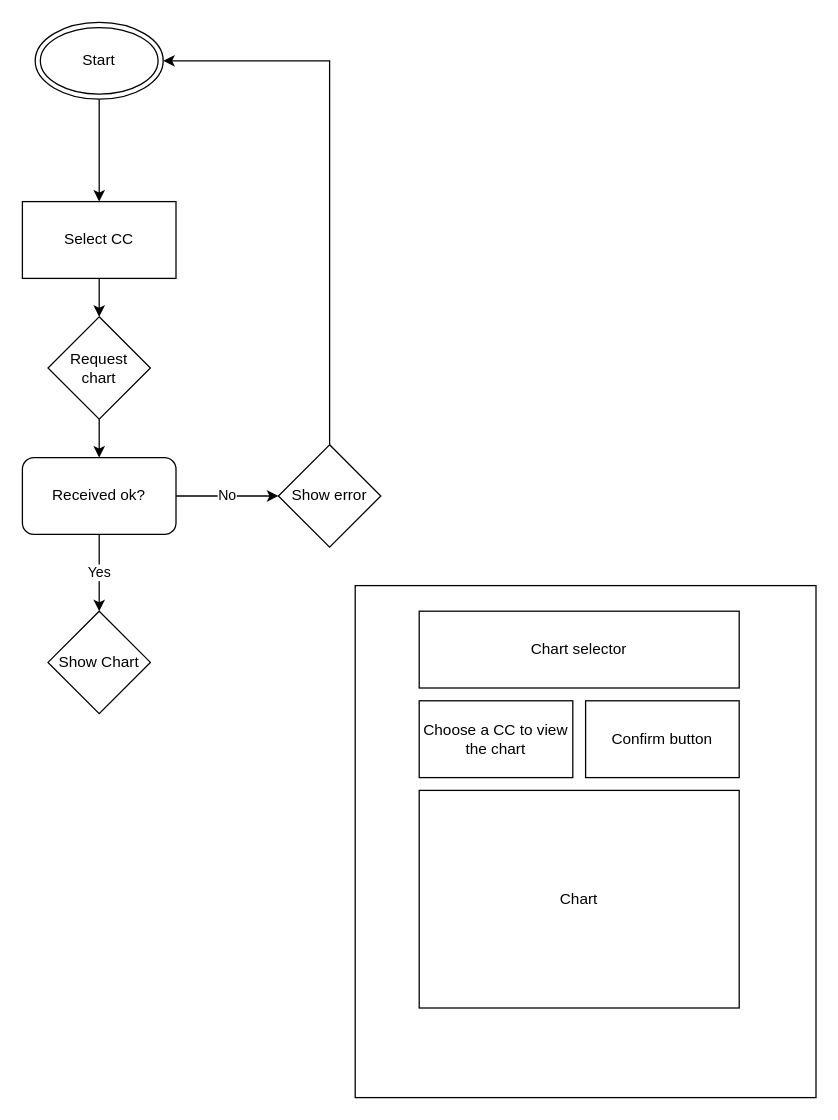
Earlier version of the draw.io diagram scratch/drawio sketch.drawio (winterpetrichor/WYWMrecipeSearcher). Source tidied: cells renumbered, new cells numbered last; positions are measured from the earlier drawing's top-left corner, leaving out a move shared by most shapes. Both pictures are drawn from the tidied source at 128%, with x=0, y=0 at pixel (22, 22).
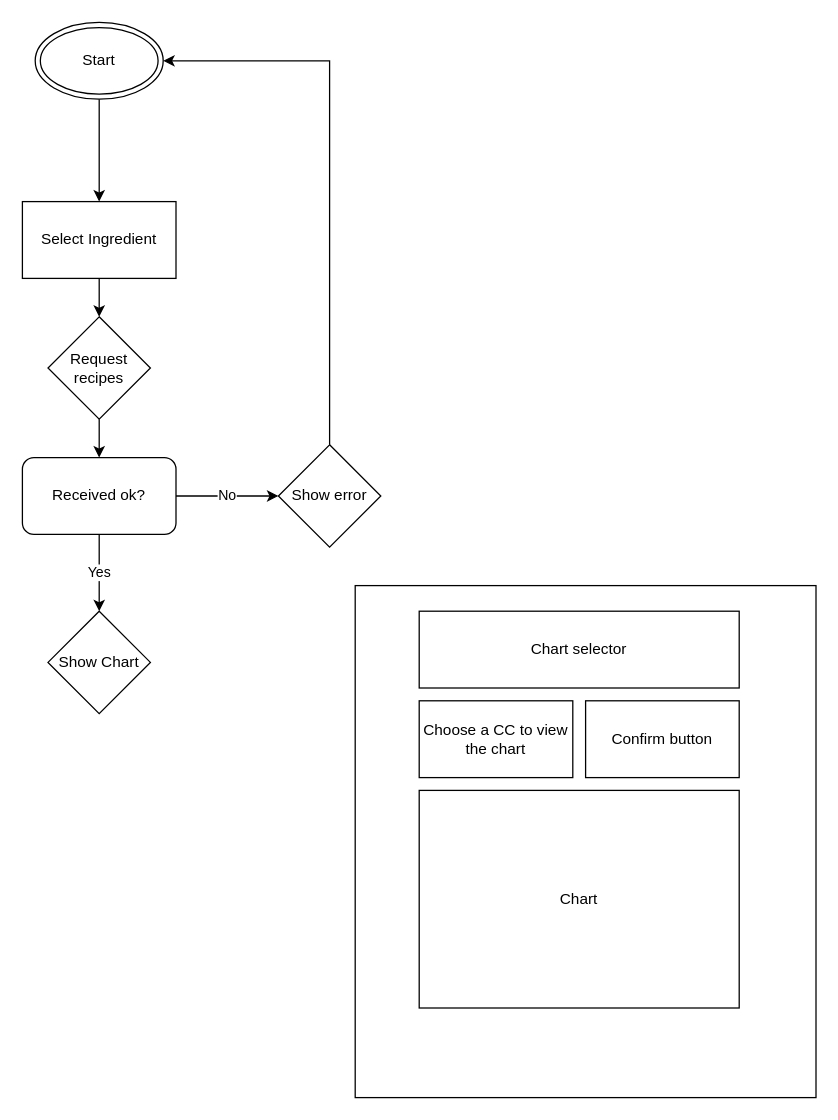
The same page after the edit.

Diff of the diagram source:
```diff
@@
 <mxGraphModel>
   <root>
     <mxCell id="0" />
     <mxCell id="1" parent="0" />
     <mxCell id="2" style="rounded=0;whiteSpace=wrap;html=1;" parent="1" vertex="1">
       <mxGeometry x="260" y="440" width="360" height="400" as="geometry" />
     </mxCell>
     <mxCell id="3" style="edgeStyle=orthogonalEdgeStyle;rounded=0;jettySize=auto;html=1;exitX=0.5;exitY=1;exitDx=0;exitDy=0;entryX=0.5;entryY=0;entryDx=0;entryDy=0;" parent="1" edge="1" source="4" target="5">
       <mxGeometry relative="1" as="geometry" />
     </mxCell>
     <mxCell id="4" value="Start" style="ellipse;shape=doubleEllipse;whiteSpace=wrap;html=1;" parent="1" vertex="1">
       <mxGeometry x="10" width="100" height="60" as="geometry" />
     </mxCell>
-    <mxCell id="5" value="Select CC" style="rounded=0;whiteSpace=wrap;html=1;" parent="1" vertex="1">
+    <mxCell id="5" value="Select Ingredient" style="rounded=0;whiteSpace=wrap;html=1;" parent="1" vertex="1">
       <mxGeometry y="140" width="120" height="60" as="geometry" />
     </mxCell>
     <mxCell id="6" style="edgeStyle=orthogonalEdgeStyle;rounded=0;jettySize=auto;html=1;exitX=0.5;exitY=1;exitDx=0;exitDy=0;entryX=0.5;entryY=0;entryDx=0;entryDy=0;" parent="1" edge="1" source="7" target="10">
       <mxGeometry relative="1" as="geometry" />
     </mxCell>
-    <mxCell id="7" value="Request &lt;br&gt;chart" style="rhombus;whiteSpace=wrap;html=1;" parent="1" vertex="1">
+    <mxCell id="7" value="Request &lt;br&gt;recipes" style="rhombus;whiteSpace=wrap;html=1;" parent="1" vertex="1">
       <mxGeometry x="20" y="230" width="80" height="80" as="geometry" />
     </mxCell>
     <mxCell id="8" value="Yes" style="edgeStyle=orthogonalEdgeStyle;rounded=0;jettySize=auto;html=1;exitX=0.5;exitY=1;exitDx=0;exitDy=0;" parent="1" edge="1" source="10" target="13">
       <mxGeometry relative="1" as="geometry" />
     </mxCell>
     <mxCell id="9" value="No" style="edgeStyle=orthogonalEdgeStyle;rounded=0;jettySize=auto;html=1;" parent="1" edge="1" source="10" target="12">
       <mxGeometry relative="1" as="geometry" />
     </mxCell>
     <mxCell id="10" value="Received ok?" style="rounded=1;whiteSpace=wrap;html=1;" parent="1" vertex="1">
       <mxGeometry y="340" width="120" height="60" as="geometry" />
     </mxCell>
     <mxCell id="11" style="edgeStyle=orthogonalEdgeStyle;rounded=0;jettySize=auto;html=1;exitX=0.5;exitY=0;exitDx=0;exitDy=0;entryX=1;entryY=0.5;entryDx=0;entryDy=0;" parent="1" edge="1" source="12" target="4">
       <mxGeometry relative="1" as="geometry" />
     </mxCell>
     <mxCell id="12" value="Show error" style="rhombus;whiteSpace=wrap;html=1;" parent="1" vertex="1">
       <mxGeometry x="200" y="330" width="80" height="80" as="geometry" />
     </mxCell>
     <mxCell id="13" value="Show Chart" style="rhombus;whiteSpace=wrap;html=1;" parent="1" vertex="1">
       <mxGeometry x="20" y="460" width="80" height="80" as="geometry" />
     </mxCell>
     <mxCell id="14" style="endArrow=classic;html=1;rounded=0;exitX=0.5;exitY=1;exitDx=0;exitDy=0;" parent="1" edge="1" source="5" target="7">
       <mxGeometry relative="1" as="geometry" />
     </mxCell>
     <mxCell id="15" value="Chart selector" style="rounded=0;whiteSpace=wrap;html=1;" parent="1" vertex="1">
       <mxGeometry x="310" y="460" width="250" height="60" as="geometry" />
     </mxCell>
     <mxCell id="16" value="Choose a CC to view the chart" style="rounded=0;whiteSpace=wrap;html=1;" parent="1" vertex="1">
       <mxGeometry x="310" y="530" width="120" height="60" as="geometry" />
     </mxCell>
     <mxCell id="17" value="Chart" style="rounded=0;whiteSpace=wrap;html=1;" parent="1" vertex="1">
       <mxGeometry x="310" y="600" width="250" height="170" as="geometry" />
     </mxCell>
     <mxCell id="18" value="Confirm button" style="rounded=0;whiteSpace=wrap;html=1;" parent="1" vertex="1">
       <mxGeometry x="440" y="530" width="120" height="60" as="geometry" />
     </mxCell>
   </root>
 </mxGraphModel>
```
